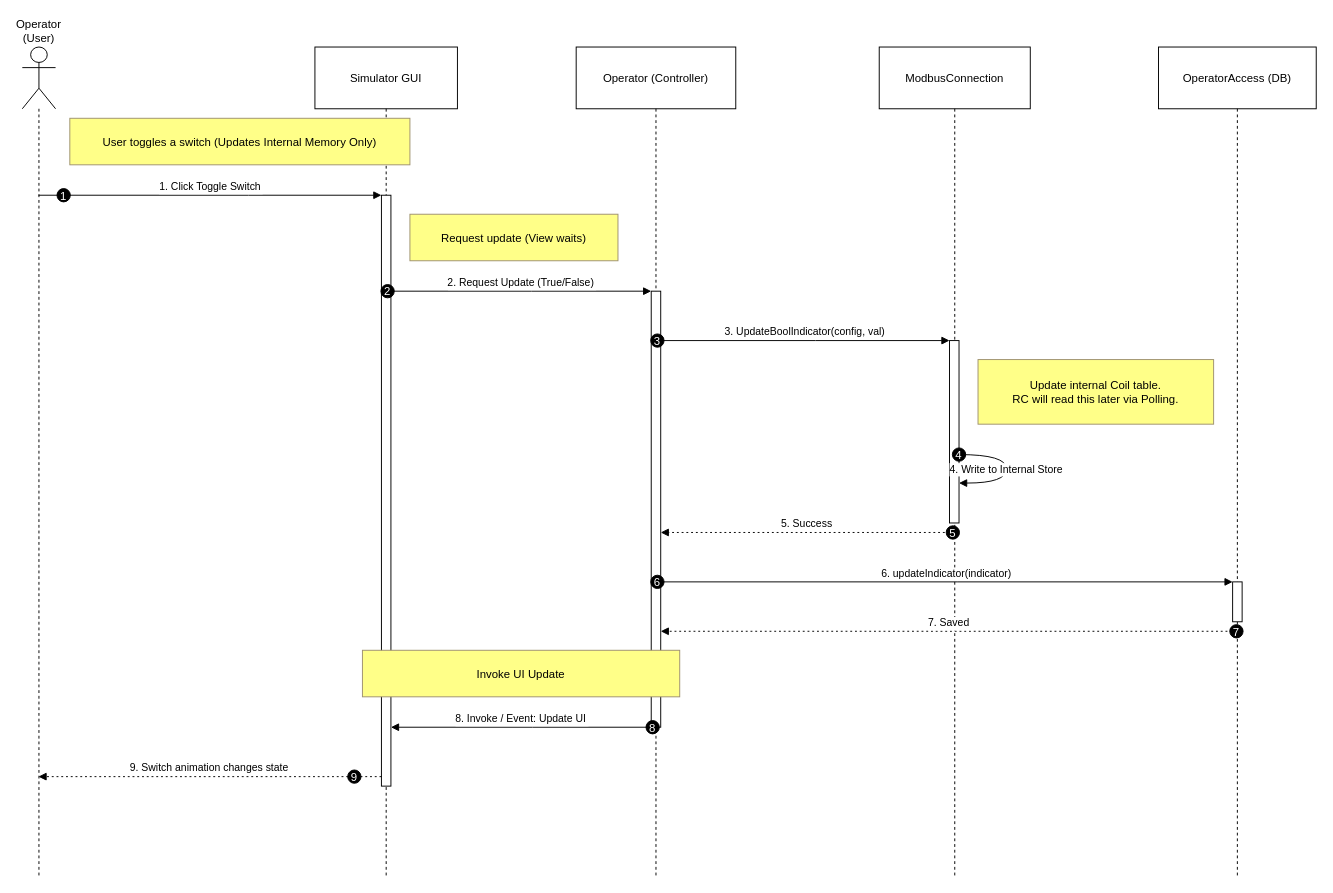
This is page "User_Switch_Press_Usecase" (4 of 8) of Usecase1.drawio from EliyaMalka/Drawio, a draw.io file, before an edit. Source tidied: cells renumbered, new cells numbered last; positions are measured from the earlier drawing's top-left corner, leaving out a move shared by most shapes. Both pictures are drawn from the tidied source at 95%, with x=0, y=0 at pixel (22, 47).
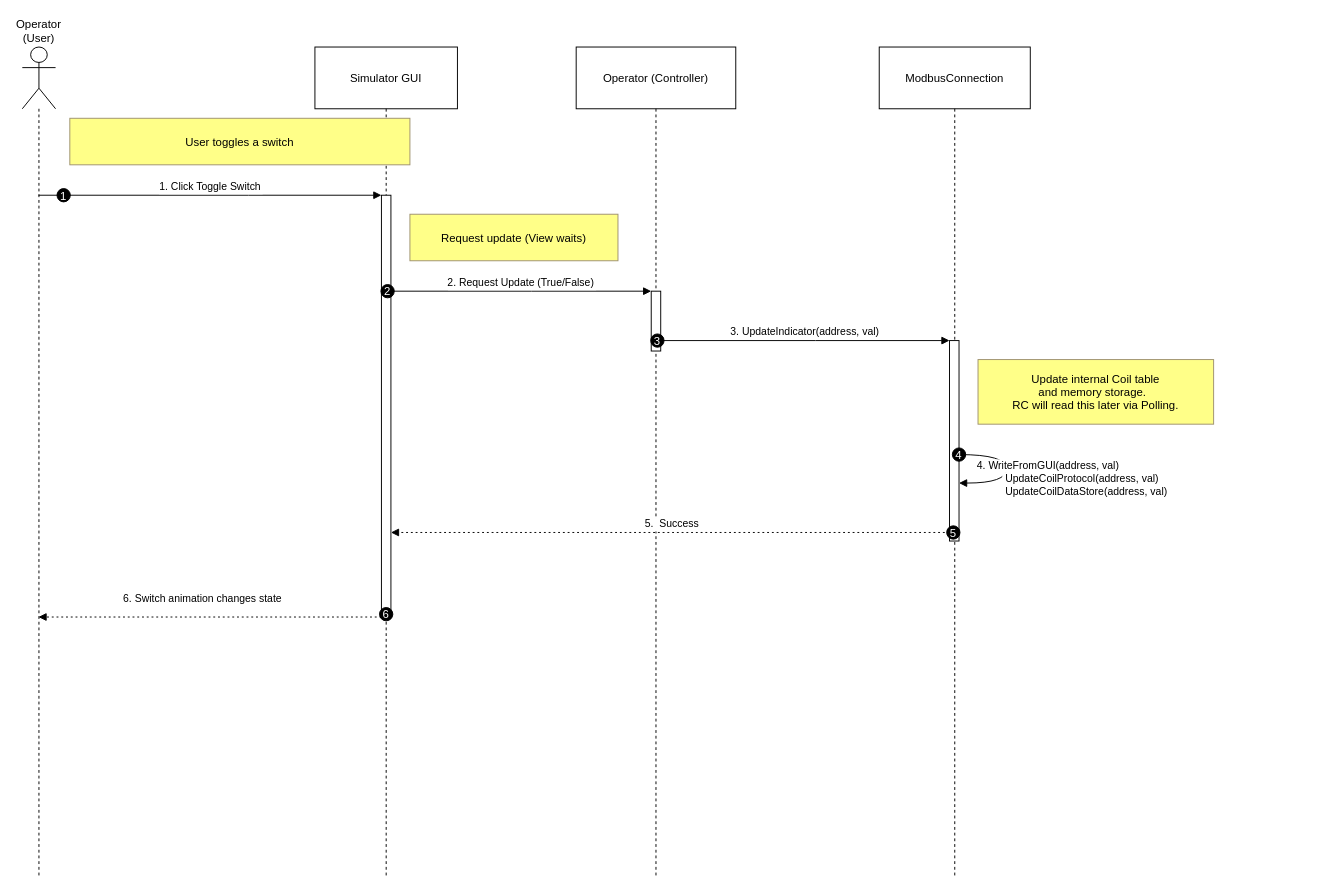
The same diagram, later.

Unchanged cells that the change refers to:
```xml
<mxCell id="2" value="Operator (User)" style="shape=umlLifeline;perimeter=lifelinePerimeter;whiteSpace=wrap;outlineConnect=0;portConstraint=eastwest;newEdgeStyle={&quot;edgeStyle&quot;:&quot;elbowEdgeStyle&quot;,&quot;elbow&quot;:&quot;vertical&quot;,&quot;curved&quot;:0,&quot;rounded&quot;:0};participant=umlActor;verticalAlign=bottom;labelPosition=center;verticalLabelPosition=top;align=center;size=65;" parent="1" vertex="1">
  <mxGeometry width="35" height="873" as="geometry" />
</mxCell>
<mxCell id="3" value="Simulator GUI" style="shape=umlLifeline;perimeter=lifelinePerimeter;whiteSpace=wrap;newEdgeStyle={&quot;edgeStyle&quot;:&quot;elbowEdgeStyle&quot;,&quot;elbow&quot;:&quot;vertical&quot;,&quot;curved&quot;:0,&quot;rounded&quot;:0};size=65;" parent="1" vertex="1">
  <mxGeometry x="308" width="150" height="873" as="geometry" />
</mxCell>
<mxCell id="5" value="Operator (Controller)" style="shape=umlLifeline;perimeter=lifelinePerimeter;whiteSpace=wrap;newEdgeStyle={&quot;edgeStyle&quot;:&quot;elbowEdgeStyle&quot;,&quot;elbow&quot;:&quot;vertical&quot;,&quot;curved&quot;:0,&quot;rounded&quot;:0};size=65;" parent="1" vertex="1">
  <mxGeometry x="583" width="168" height="873" as="geometry" />
</mxCell>
<mxCell id="7" value="ModbusConnection" style="shape=umlLifeline;perimeter=lifelinePerimeter;whiteSpace=wrap;outlineConnect=0;portConstraint=eastwest;newEdgeStyle={&quot;edgeStyle&quot;:&quot;elbowEdgeStyle&quot;,&quot;elbow&quot;:&quot;vertical&quot;,&quot;curved&quot;:0,&quot;rounded&quot;:0};size=65;" parent="1" vertex="1">
  <mxGeometry x="902" width="159" height="873" as="geometry" />
</mxCell>
```

What changed in the source:
```diff
@@
     <mxCell id="4" style="points=[];perimeter=orthogonalPerimeter;outlineConnect=0;targetShapes=umlLifeline;portConstraint=eastwest;newEdgeStyle={&quot;edgeStyle&quot;:&quot;elbowEdgeStyle&quot;,&quot;elbow&quot;:&quot;vertical&quot;,&quot;curved&quot;:0,&quot;rounded&quot;:0};" parent="3" vertex="1">
-      <mxGeometry x="70" y="156" width="10" height="622" as="geometry" />
+      <mxGeometry x="70" y="156" width="10" height="444" as="geometry" />
     </mxCell>
@@
     <mxCell id="6" style="points=[];perimeter=orthogonalPerimeter;outlineConnect=0;targetShapes=umlLifeline;portConstraint=eastwest;newEdgeStyle={&quot;edgeStyle&quot;:&quot;elbowEdgeStyle&quot;,&quot;elbow&quot;:&quot;vertical&quot;,&quot;curved&quot;:0,&quot;rounded&quot;:0};" parent="5" vertex="1">
-      <mxGeometry x="79" y="257" width="10" height="459" as="geometry" />
+      <mxGeometry x="79" y="257" width="10" height="63" as="geometry" />
     </mxCell>
@@
     <mxCell id="8" style="points=[];perimeter=orthogonalPerimeter;outlineConnect=0;targetShapes=umlLifeline;portConstraint=eastwest;newEdgeStyle={&quot;edgeStyle&quot;:&quot;elbowEdgeStyle&quot;,&quot;elbow&quot;:&quot;vertical&quot;,&quot;curved&quot;:0,&quot;rounded&quot;:0};" parent="7" vertex="1">
-      <mxGeometry x="74" y="309" width="10" height="192" as="geometry" />
+      <mxGeometry x="74" y="309" width="10" height="211" as="geometry" />
     </mxCell>
-    <mxCell id="9" value="OperatorAccess (DB)" style="shape=umlLifeline;perimeter=lifelinePerimeter;whiteSpace=wrap;outlineConnect=0;portConstraint=eastwest;newEdgeStyle={&quot;edgeStyle&quot;:&quot;elbowEdgeStyle&quot;,&quot;elbow&quot;:&quot;vertical&quot;,&quot;curved&quot;:0,&quot;rounded&quot;:0};size=65;" parent="1" vertex="1">
-      <mxGeometry x="1196" width="166" height="873" as="geometry" />
-    </mxCell>
-    <mxCell id="10" style="points=[];perimeter=orthogonalPerimeter;outlineConnect=0;targetShapes=umlLifeline;portConstraint=eastwest;newEdgeStyle={&quot;edgeStyle&quot;:&quot;elbowEdgeStyle&quot;,&quot;elbow&quot;:&quot;vertical&quot;,&quot;curved&quot;:0,&quot;rounded&quot;:0};" parent="9" vertex="1">
-      <mxGeometry x="78" y="563" width="10" height="42" as="geometry" />
-    </mxCell>
@@
-    <mxCell id="15" value="3. UpdateBoolIndicator(config, val)" style="verticalAlign=bottom;edgeStyle=elbowEdgeStyle;elbow=vertical;curved=0;rounded=0;endArrow=block;" parent="1" edge="1" source="6" target="8">
+    <mxCell id="15" value="3. UpdateIndicator(address, val)" style="verticalAlign=bottom;edgeStyle=elbowEdgeStyle;elbow=vertical;curved=0;rounded=0;endArrow=block;" parent="1" edge="1" source="6" target="8">
       <mxGeometry relative="1" as="geometry">
         <Array as="points">
           <mxPoint x="835" y="309" />
         </Array>
       </mxGeometry>
     </mxCell>
@@
-    <mxCell id="17" value="4. Write to Internal Store" style="curved=1;endArrow=block;rounded=0;" parent="1" edge="1" source="8" target="8">
-      <mxGeometry relative="1" as="geometry">
+    <mxCell id="17" value="4. WriteFromGUI(address, val)" style="curved=1;endArrow=block;rounded=0;" parent="1" edge="1" source="8" target="8">
+      <mxGeometry x="-0.06" y="44" relative="1" as="geometry">
         <Array as="points">
           <mxPoint x="1036" y="429" />
           <mxPoint x="1036" y="459" />
         </Array>
       </mxGeometry>
     </mxCell>
@@
-    <mxCell id="19" value="5. Success" style="verticalAlign=bottom;edgeStyle=elbowEdgeStyle;elbow=vertical;curved=0;rounded=0;dashed=1;dashPattern=2 3;endArrow=block;" parent="1" edge="1" source="7" target="6">
+    <mxCell id="19" value="5.  Success" style="verticalAlign=bottom;edgeStyle=elbowEdgeStyle;elbow=vertical;curved=0;rounded=0;dashed=1;dashPattern=2 3;endArrow=block;" parent="1" edge="1" source="7" target="4">
       <mxGeometry relative="1" as="geometry">
         <Array as="points">
           <mxPoint x="836" y="511" />
         </Array>
       </mxGeometry>
     </mxCell>
     <mxCell id="20" value="5" style="ellipse;fillColor=#000000;align=center;fontColor=#FFFFFF;" parent="19" vertex="1">
       <mxGeometry width="14" height="14" relative="1" as="geometry">
-        <mxPoint x="146.5" y="-7" as="offset" />
+        <mxPoint x="289" y="-7" as="offset" />
       </mxGeometry>
     </mxCell>
-    <mxCell id="21" value="6. updateIndicator(indicator)" style="verticalAlign=bottom;edgeStyle=elbowEdgeStyle;elbow=vertical;curved=0;rounded=0;endArrow=block;" parent="1" edge="1" source="6" target="10">
-      <mxGeometry relative="1" as="geometry">
-        <Array as="points">
-          <mxPoint x="984" y="563" />
-        </Array>
-      </mxGeometry>
-    </mxCell>
-    <mxCell id="22" value="6" style="ellipse;fillColor=#000000;align=center;fontColor=#FFFFFF;" parent="21" vertex="1">
-      <mxGeometry width="14" height="14" relative="1" as="geometry">
-        <mxPoint x="-311.5" y="-7" as="offset" />
-      </mxGeometry>
-    </mxCell>
-    <mxCell id="23" value="7. Saved" style="verticalAlign=bottom;edgeStyle=elbowEdgeStyle;elbow=vertical;curved=0;rounded=0;dashed=1;dashPattern=2 3;endArrow=block;" parent="1" edge="1" source="9" target="6">
-      <mxGeometry relative="1" as="geometry">
-        <Array as="points">
-          <mxPoint x="985" y="615" />
-        </Array>
-      </mxGeometry>
-    </mxCell>
-    <mxCell id="24" value="7" style="ellipse;fillColor=#000000;align=center;fontColor=#FFFFFF;" parent="23" vertex="1">
-      <mxGeometry width="14" height="14" relative="1" as="geometry">
-        <mxPoint x="295.5" y="-7" as="offset" />
-      </mxGeometry>
-    </mxCell>
-    <mxCell id="25" value="8. Invoke / Event: Update UI" style="verticalAlign=bottom;edgeStyle=elbowEdgeStyle;elbow=vertical;curved=0;rounded=0;endArrow=block;" parent="1" edge="1" source="6" target="4">
-      <mxGeometry relative="1" as="geometry">
-        <Array as="points">
-          <mxPoint x="537" y="716" />
-        </Array>
-      </mxGeometry>
-    </mxCell>
-    <mxCell id="26" value="8" style="ellipse;fillColor=#000000;align=center;fontColor=#FFFFFF;" parent="25" vertex="1">
-      <mxGeometry width="14" height="14" relative="1" as="geometry">
-        <mxPoint x="131.5" y="-7" as="offset" />
-      </mxGeometry>
-    </mxCell>
-    <mxCell id="27" value="9. Switch animation changes state" style="verticalAlign=bottom;edgeStyle=elbowEdgeStyle;elbow=vertical;curved=0;rounded=0;dashed=1;dashPattern=2 3;endArrow=block;" parent="1" edge="1" source="4" target="2">
-      <mxGeometry relative="1" as="geometry">
+    <mxCell id="27" value="6. Switch animation changes state" style="verticalAlign=bottom;edgeStyle=elbowEdgeStyle;elbow=vertical;curved=0;rounded=0;dashed=1;dashPattern=2 3;endArrow=block;" parent="1" edge="1">
+      <mxGeometry x="0.04" y="-10" relative="1" as="geometry">
+        <mxPoint x="378" y="600" as="sourcePoint" />
+        <mxPoint x="17" y="600" as="targetPoint" />
         <Array as="points">
-          <mxPoint x="239" y="768" />
+          <mxPoint x="130" y="600" />
         </Array>
       </mxGeometry>
     </mxCell>
-    <mxCell id="28" value="9" style="ellipse;fillColor=#000000;align=center;fontColor=#FFFFFF;" parent="27" vertex="1">
+    <mxCell id="28" value="6" style="ellipse;fillColor=#000000;align=center;fontColor=#FFFFFF;" parent="27" vertex="1">
       <mxGeometry width="14" height="14" relative="1" as="geometry">
-        <mxPoint x="145.5" y="-7" as="offset" />
+        <mxPoint x="179" y="-10" as="offset" />
       </mxGeometry>
     </mxCell>
-    <mxCell id="29" value="User toggles a switch (Updates Internal Memory Only)" style="fillColor=#ffff88;strokeColor=#9E916F;" parent="1" vertex="1">
+    <mxCell id="29" value="User toggles a switch" style="fillColor=#ffff88;strokeColor=#9E916F;" parent="1" vertex="1">
       <mxGeometry x="50" y="75" width="358" height="49" as="geometry" />
     </mxCell>
@@
-    <mxCell id="31" value="Update internal Coil table. &#10;RC will read this later via Polling." style="fillColor=#ffff88;strokeColor=#9E916F;" parent="1" vertex="1">
+    <mxCell id="31" value="Update internal Coil table &#10;and memory storage.  &#10;RC will read this later via Polling." style="fillColor=#ffff88;strokeColor=#9E916F;" parent="1" vertex="1">
       <mxGeometry x="1006" y="329" width="248" height="68" as="geometry" />
     </mxCell>
-    <mxCell id="32" value="Invoke UI Update" style="fillColor=#ffff88;strokeColor=#9E916F;" parent="1" vertex="1">
-      <mxGeometry x="358" y="635" width="334" height="49" as="geometry" />
-    </mxCell>
+    <mxCell id="33" value="&lt;span style=&quot;color: rgb(0, 0, 0); font-family: Helvetica; font-size: 11px; font-style: normal; font-variant-ligatures: normal; font-variant-caps: normal; font-weight: 400; letter-spacing: normal; orphans: 2; text-align: center; text-indent: 0px; text-transform: none; widows: 2; word-spacing: 0px; -webkit-text-stroke-width: 0px; white-space: nowrap; background-color: rgb(255, 255, 255); text-decoration-thickness: initial; text-decoration-style: initial; text-decoration-color: initial; float: none; display: inline !important;&quot;&gt;&amp;nbsp;UpdateCoilProtocol(address, val)&lt;/span&gt;&lt;div&gt;&lt;span style=&quot;color: rgb(0, 0, 0); font-family: Helvetica; font-size: 11px; font-style: normal; font-variant-ligatures: normal; font-variant-caps: normal; font-weight: 400; letter-spacing: normal; orphans: 2; text-align: center; text-indent: 0px; text-transform: none; widows: 2; word-spacing: 0px; -webkit-text-stroke-width: 0px; white-space: nowrap; background-color: rgb(255, 255, 255); text-decoration-thickness: initial; text-decoration-style: initial; text-decoration-color: initial; float: none; display: inline !important;&quot;&gt;&amp;nbsp;&lt;/span&gt;&lt;span style=&quot;background-color: rgb(255, 255, 255); font-size: 11px; text-align: center; text-wrap-mode: nowrap; color: light-dark(rgb(0, 0, 0), rgb(255, 255, 255));&quot;&gt;UpdateCoilDataStore(address, val)&lt;/span&gt;&lt;/div&gt;" style="text;whiteSpace=wrap;html=1;" parent="1" vertex="1">
+      <mxGeometry x="1030" y="440" width="180" height="40" as="geometry" />
+    </mxCell>
```
